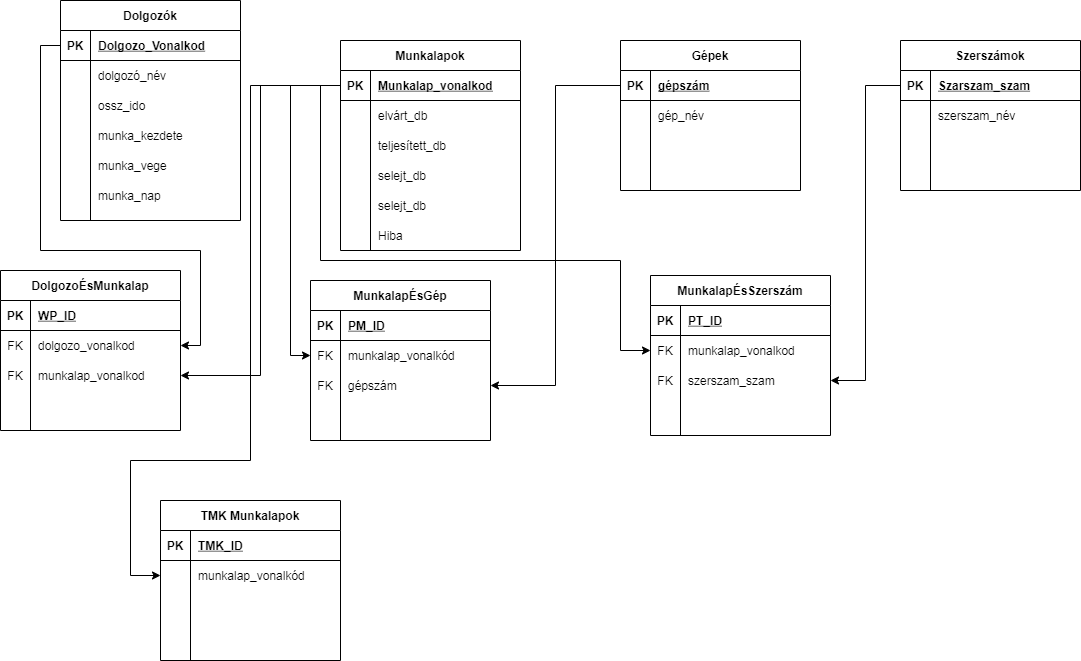
KerteszZoltan/mesterminal keeps this draw.io diagram as database_plan_1_0.png. Above is the earlier version. Source tidied: cells renumbered, new cells last; positions are measured from the earlier drawing's top-left corner, leaving out a move shared by most shapes.
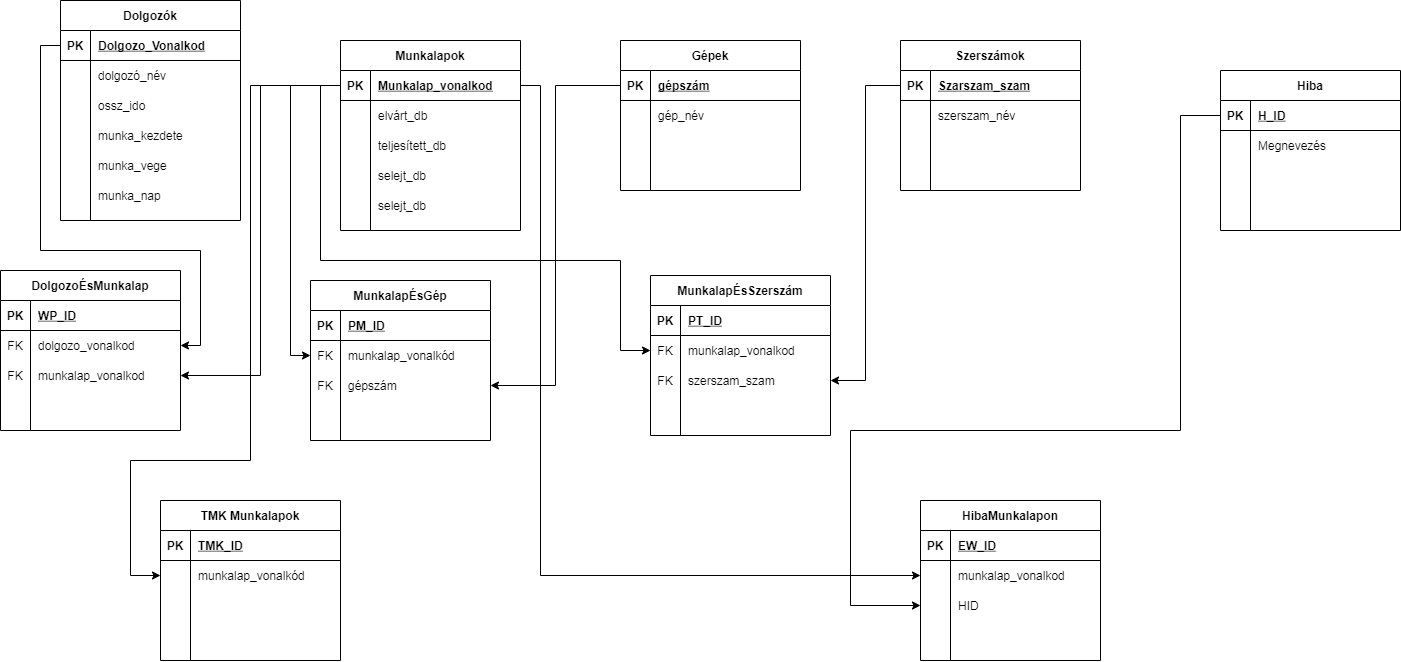
Above is the later version.

Commit message:
hiba szetvalasztas

Change to the diagram source:
```diff
@@ -42,7 +42,7 @@
       <mxGeometry x="30" width="150" height="30" as="geometry" />
     </mxCell>
     <mxCell id="15" value="Munkalapok" style="shape=table;startSize=30;rowLines=0;fontStyle=1;align=center;" parent="1" vertex="1">
-      <mxGeometry x="340" y="40" width="180" height="210" as="geometry" />
+      <mxGeometry x="340" y="40" width="180" height="190" as="geometry" />
     </mxCell>
     <mxCell id="16" style="shape=partialRectangle;fillColor=none;top=0;left=0;bottom=1;right=0;points=[[0,0.5],[1,0.5]];portConstraint=eastwest;" parent="15" vertex="1">
       <mxGeometry y="30" width="180" height="30" as="geometry" />
@@ -380,8 +380,100 @@
         </Array>
       </mxGeometry>
     </mxCell>
-    <mxCell id="121" value="Hiba" style="shape=partialRectangle;fillColor=none;top=0;left=0;bottom=0;right=0;align=left;spacingLeft=6;overflow=hidden;" parent="1" vertex="1">
-      <mxGeometry x="370" y="220" width="150" height="30" as="geometry" />
+    <mxCell id="121" value="Hiba" style="shape=table;startSize=30;rowLines=0;fontStyle=1;align=center;" parent="1" vertex="1">
+      <mxGeometry x="1220" y="70" width="180" height="160" as="geometry" />
     </mxCell>
+    <mxCell id="122" style="shape=partialRectangle;fillColor=none;top=0;left=0;bottom=1;right=0;points=[[0,0.5],[1,0.5]];portConstraint=eastwest;" parent="121" vertex="1">
+      <mxGeometry y="30" width="180" height="30" as="geometry" />
+    </mxCell>
+    <mxCell id="123" value="PK" style="shape=partialRectangle;fillColor=none;top=0;left=0;bottom=0;right=0;fontStyle=1;overflow=hidden;" parent="122" vertex="1">
+      <mxGeometry width="30" height="30" as="geometry" />
+    </mxCell>
+    <mxCell id="124" value="H_ID" style="shape=partialRectangle;fillColor=none;top=0;left=0;bottom=0;right=0;align=left;spacingLeft=6;fontStyle=5;overflow=hidden;" parent="122" vertex="1">
+      <mxGeometry x="30" width="150" height="30" as="geometry" />
+    </mxCell>
+    <mxCell id="125" style="shape=partialRectangle;fillColor=none;top=0;left=0;bottom=0;right=0;" parent="121" vertex="1">
+      <mxGeometry y="60" width="180" height="30" as="geometry" />
+    </mxCell>
+    <mxCell id="126" style="shape=partialRectangle;fillColor=none;top=0;left=0;bottom=0;right=0;overflow=hidden;" parent="125" vertex="1">
+      <mxGeometry width="30" height="30" as="geometry" />
+    </mxCell>
+    <mxCell id="127" value="Megnevezés" style="shape=partialRectangle;fillColor=none;top=0;left=0;bottom=0;right=0;align=left;spacingLeft=6;overflow=hidden;" parent="125" vertex="1">
+      <mxGeometry x="30" width="150" height="30" as="geometry" />
+    </mxCell>
+    <mxCell id="128" style="shape=partialRectangle;fillColor=none;top=0;left=0;bottom=0;right=0;" parent="121" vertex="1">
+      <mxGeometry y="90" width="180" height="30" as="geometry" />
+    </mxCell>
+    <mxCell id="129" style="shape=partialRectangle;fillColor=none;top=0;left=0;bottom=0;right=0;overflow=hidden;" parent="128" vertex="1">
+      <mxGeometry width="30" height="30" as="geometry" />
+    </mxCell>
+    <mxCell id="130" style="shape=partialRectangle;fillColor=none;top=0;left=0;bottom=0;right=0;align=left;spacingLeft=6;overflow=hidden;" parent="128" vertex="1">
+      <mxGeometry x="30" width="150" height="30" as="geometry" />
+    </mxCell>
+    <mxCell id="131" style="shape=partialRectangle;fillColor=none;top=0;left=0;bottom=0;right=0;" parent="121" vertex="1">
+      <mxGeometry y="120" width="180" height="30" as="geometry" />
+    </mxCell>
+    <mxCell id="132" style="shape=partialRectangle;fillColor=none;top=0;left=0;bottom=0;right=0;overflow=hidden;" parent="131" vertex="1">
+      <mxGeometry width="30" height="30" as="geometry" />
+    </mxCell>
+    <mxCell id="133" style="shape=partialRectangle;fillColor=none;top=0;left=0;bottom=0;right=0;align=left;spacingLeft=6;overflow=hidden;" parent="131" vertex="1">
+      <mxGeometry x="30" width="150" height="30" as="geometry" />
+    </mxCell>
+    <mxCell id="134" value="HibaMunkalapon" style="shape=table;startSize=30;rowLines=0;fontStyle=1;align=center;" parent="1" vertex="1">
+      <mxGeometry x="920" y="500" width="180" height="160" as="geometry" />
+    </mxCell>
+    <mxCell id="135" style="shape=partialRectangle;fillColor=none;top=0;left=0;bottom=1;right=0;" parent="134" vertex="1">
+      <mxGeometry y="30" width="180" height="30" as="geometry" />
+    </mxCell>
+    <mxCell id="136" value="PK" style="shape=partialRectangle;fillColor=none;top=0;left=0;bottom=0;right=0;fontStyle=1;overflow=hidden;" parent="135" vertex="1">
+      <mxGeometry width="30" height="30" as="geometry" />
+    </mxCell>
+    <mxCell id="137" value="EW_ID" style="shape=partialRectangle;fillColor=none;top=0;left=0;bottom=0;right=0;align=left;spacingLeft=6;fontStyle=5;overflow=hidden;" parent="135" vertex="1">
+      <mxGeometry x="30" width="150" height="30" as="geometry" />
+    </mxCell>
+    <mxCell id="138" style="shape=partialRectangle;fillColor=none;top=0;left=0;bottom=0;right=0;points=[[0,0.5],[1,0.5]];portConstraint=eastwest;" parent="134" vertex="1">
+      <mxGeometry y="60" width="180" height="30" as="geometry" />
+    </mxCell>
+    <mxCell id="139" style="shape=partialRectangle;fillColor=none;top=0;left=0;bottom=0;right=0;overflow=hidden;" parent="138" vertex="1">
+      <mxGeometry width="30" height="30" as="geometry" />
+    </mxCell>
+    <mxCell id="140" value="munkalap_vonalkod" style="shape=partialRectangle;fillColor=none;top=0;left=0;bottom=0;right=0;align=left;spacingLeft=6;overflow=hidden;" parent="138" vertex="1">
+      <mxGeometry x="30" width="150" height="30" as="geometry" />
+    </mxCell>
+    <mxCell id="141" style="shape=partialRectangle;fillColor=none;top=0;left=0;bottom=0;right=0;points=[[0,0.5],[1,0.5]];portConstraint=eastwest;" parent="134" vertex="1">
+      <mxGeometry y="90" width="180" height="30" as="geometry" />
+    </mxCell>
+    <mxCell id="142" style="shape=partialRectangle;fillColor=none;top=0;left=0;bottom=0;right=0;overflow=hidden;" parent="141" vertex="1">
+      <mxGeometry width="30" height="30" as="geometry" />
+    </mxCell>
+    <mxCell id="143" value="HID" style="shape=partialRectangle;fillColor=none;top=0;left=0;bottom=0;right=0;align=left;spacingLeft=6;overflow=hidden;" parent="141" vertex="1">
+      <mxGeometry x="30" width="150" height="30" as="geometry" />
+    </mxCell>
+    <mxCell id="144" style="shape=partialRectangle;fillColor=none;top=0;left=0;bottom=0;right=0;" parent="134" vertex="1">
+      <mxGeometry y="120" width="180" height="30" as="geometry" />
+    </mxCell>
+    <mxCell id="145" style="shape=partialRectangle;fillColor=none;top=0;left=0;bottom=0;right=0;overflow=hidden;" parent="144" vertex="1">
+      <mxGeometry width="30" height="30" as="geometry" />
+    </mxCell>
+    <mxCell id="146" style="shape=partialRectangle;fillColor=none;top=0;left=0;bottom=0;right=0;align=left;spacingLeft=6;overflow=hidden;" parent="144" vertex="1">
+      <mxGeometry x="30" width="150" height="30" as="geometry" />
+    </mxCell>
+    <mxCell id="147" style="edgeStyle=orthogonalEdgeStyle;rounded=0;jettySize=auto;html=1;exitX=1;exitY=0.5;exitDx=0;exitDy=0;entryX=0;entryY=0.5;entryDx=0;entryDy=0;" parent="1" edge="1" source="16" target="138">
+      <mxGeometry relative="1" as="geometry">
+        <Array as="points">
+          <mxPoint x="540" y="85" />
+          <mxPoint x="540" y="575" />
+        </Array>
+      </mxGeometry>
+    </mxCell>
+    <mxCell id="148" style="edgeStyle=orthogonalEdgeStyle;rounded=0;jettySize=auto;html=1;exitX=0;exitY=0.5;exitDx=0;exitDy=0;entryX=0;entryY=0.5;entryDx=0;entryDy=0;" parent="1" edge="1" source="122" target="141">
+      <mxGeometry relative="1" as="geometry">
+        <Array as="points">
+          <mxPoint x="1180" y="430" />
+          <mxPoint x="850" y="430" />
+          <mxPoint x="850" y="605" />
+        </Array>
+      </mxGeometry>
+    </mxCell>
   </root>
 </mxGraphModel>
```
